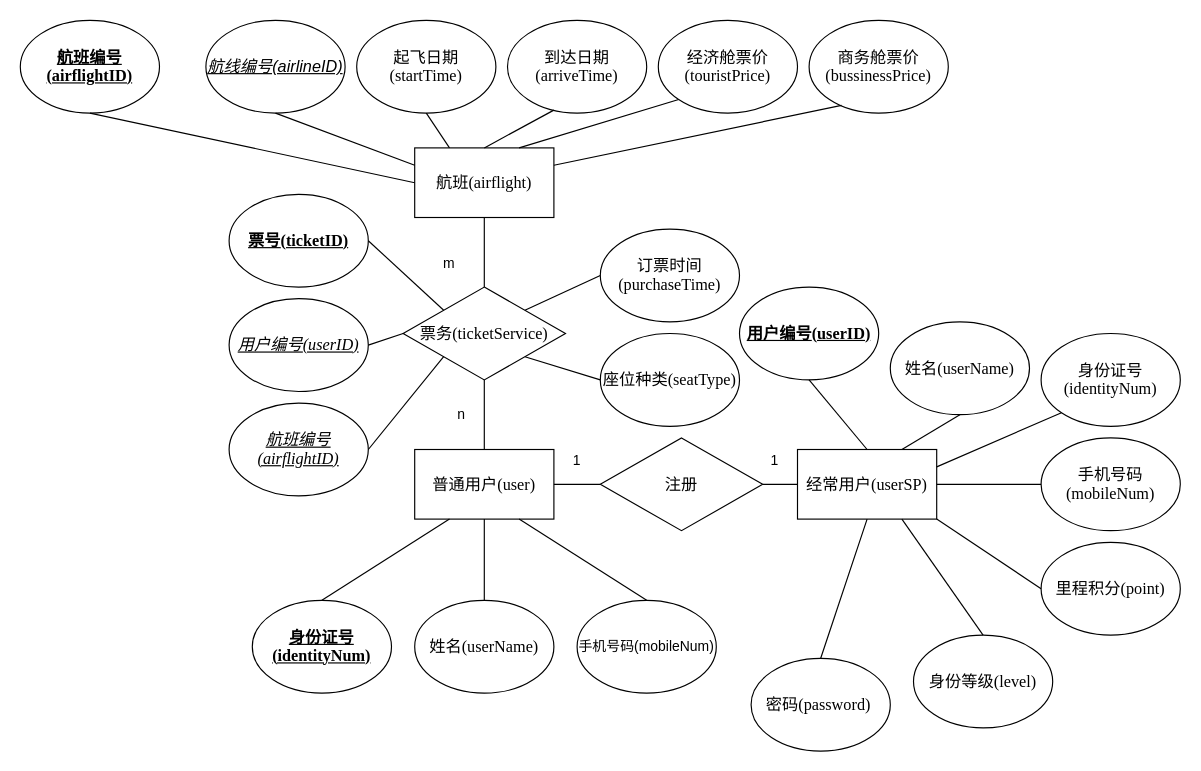
Dowlerrr/Dowlerrr.github.io keeps this draw.io diagram as page "Page-1" (1 of 2) of airflightsystem Diagram.drawio. Above is the earlier version. Source tidied: cells renumbered, new cells numbered last; positions are measured from the earlier drawing's top-left corner, leaving out a move shared by most shapes. Both pictures are drawn from the tidied source at 116%, with x=0, y=0 at pixel (20, 20).
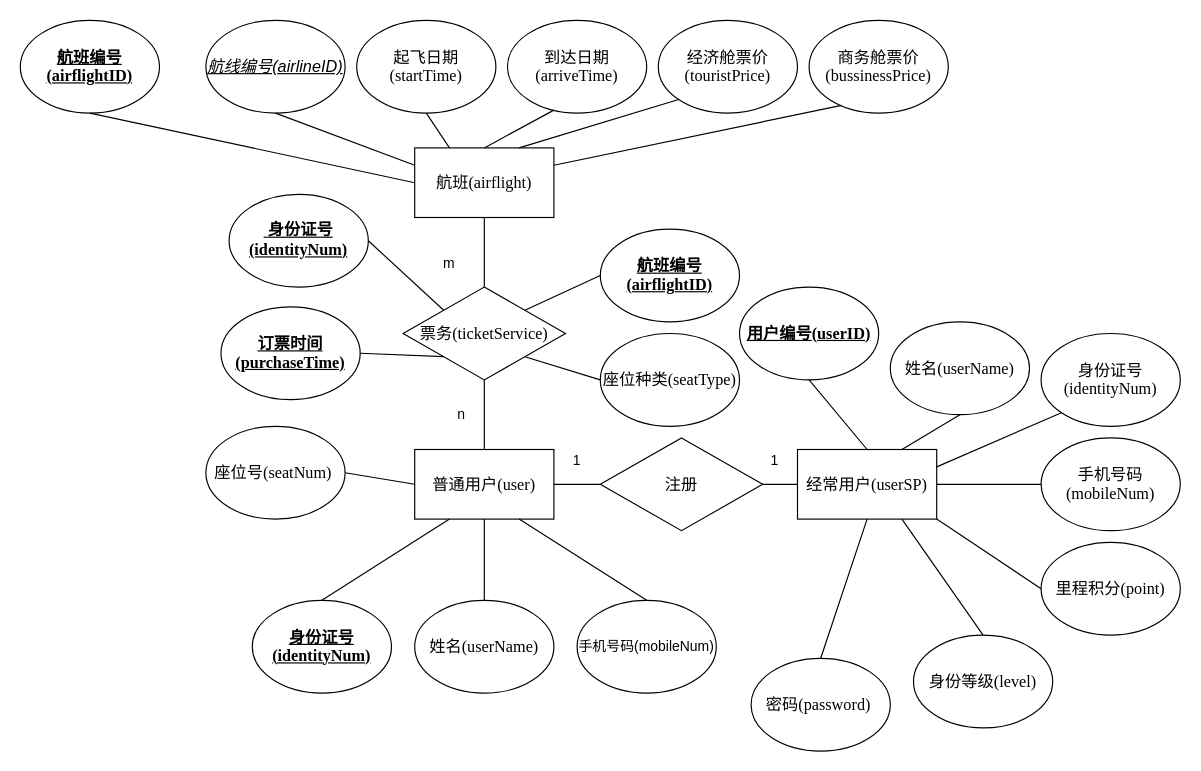
The same diagram, later.

The change refers to these unchanged cells:
```xml
<mxCell id="3" value="&lt;span style=&quot;font-size: 10.5pt&quot;&gt;普通用户&lt;/span&gt;&lt;span lang=&quot;EN-US&quot; style=&quot;font-size: 10.5pt ; font-family: &amp;#34;times new roman&amp;#34; , serif&quot;&gt;(user)&lt;/span&gt;" style="rounded=0;whiteSpace=wrap;html=1;" parent="1" vertex="1">
  <mxGeometry x="340" y="370" width="120" height="60" as="geometry" />
</mxCell>
<mxCell id="5" value="&lt;span style=&quot;font-size: 10.5pt&quot;&gt;票务&lt;/span&gt;&lt;span lang=&quot;EN-US&quot; style=&quot;font-size: 10.5pt ; font-family: &amp;#34;times new roman&amp;#34; , serif&quot;&gt;(ticketService)&lt;/span&gt;" style="rhombus;whiteSpace=wrap;html=1;" parent="1" vertex="1">
  <mxGeometry x="330" y="230" width="140" height="80" as="geometry" />
</mxCell>
```

Change to the diagram source:
```diff
@@
-    <mxCell id="27" value="&lt;b&gt;&lt;u&gt;&lt;span style=&quot;font-size: 10.5pt&quot;&gt;票号&lt;/span&gt;&lt;span lang=&quot;EN-US&quot; style=&quot;font-size: 10.5pt ; font-family: &amp;#34;times new roman&amp;#34; , serif&quot;&gt;(ticketID)&lt;/span&gt;&lt;/u&gt;&lt;/b&gt;" style="ellipse;whiteSpace=wrap;html=1;" parent="1" vertex="1">
+    <mxCell id="27" value="&lt;b&gt;&lt;u&gt;&lt;span style=&quot;font-size: 10.5pt ; font-family: &amp;#34;times new roman&amp;#34; , serif&quot;&gt;&amp;nbsp;&lt;/span&gt;&lt;span style=&quot;font-size: 10.5pt&quot;&gt;身份证号&lt;/span&gt;&lt;span lang=&quot;EN-US&quot; style=&quot;font-size: 10.5pt ; font-family: &amp;#34;times new roman&amp;#34; , serif&quot;&gt;(identityNum)&lt;/span&gt;&lt;/u&gt;&lt;/b&gt;" style="ellipse;whiteSpace=wrap;html=1;" parent="1" vertex="1">
       <mxGeometry x="180" y="150" width="120" height="80" as="geometry" />
     </mxCell>
-    <mxCell id="28" value="&lt;i&gt;&lt;u&gt;&lt;span style=&quot;font-size: 10.5pt&quot;&gt;用户编号&lt;/span&gt;&lt;span lang=&quot;EN-US&quot; style=&quot;font-size: 10.5pt ; font-family: &amp;#34;times new roman&amp;#34; , serif&quot;&gt;(userID)&lt;/span&gt;&lt;/u&gt;&lt;/i&gt;" style="ellipse;whiteSpace=wrap;html=1;" parent="1" vertex="1">
-      <mxGeometry x="180" y="240" width="120" height="80" as="geometry" />
-    </mxCell>
-    <mxCell id="29" value="&lt;i&gt;&lt;u&gt;&lt;span style=&quot;font-size: 10.5pt&quot;&gt;航班编号&lt;/span&gt;&lt;span lang=&quot;EN-US&quot; style=&quot;font-size: 10.5pt ; font-family: &amp;#34;times new roman&amp;#34; , serif&quot;&gt;(airflightID)&lt;/span&gt;&lt;/u&gt;&lt;/i&gt;" style="ellipse;whiteSpace=wrap;html=1;" parent="1" vertex="1">
-      <mxGeometry x="180" y="330" width="120" height="80" as="geometry" />
+    <mxCell id="29" value="&lt;b&gt;&lt;u&gt;&lt;span style=&quot;font-size: 10.5pt&quot;&gt;订票时间&lt;/span&gt;&lt;span lang=&quot;EN-US&quot; style=&quot;font-size: 10.5pt ; font-family: &amp;#34;times new roman&amp;#34; , serif&quot;&gt;(purchaseTime)&lt;/span&gt;&lt;/u&gt;&lt;/b&gt;" style="ellipse;whiteSpace=wrap;html=1;" parent="1" vertex="1">
+      <mxGeometry x="173" y="247" width="120" height="80" as="geometry" />
     </mxCell>
-    <mxCell id="30" value="&lt;span style=&quot;font-size: 10.5pt&quot;&gt;订票时间&lt;/span&gt;&lt;span lang=&quot;EN-US&quot; style=&quot;font-size: 10.5pt ; font-family: &amp;#34;times new roman&amp;#34; , serif&quot;&gt;(purchaseTime)&lt;/span&gt;" style="ellipse;whiteSpace=wrap;html=1;" parent="1" vertex="1">
+    <mxCell id="30" value="&lt;b&gt;&lt;u&gt;&lt;span style=&quot;font-size: 10.5pt&quot;&gt;航班编号&lt;/span&gt;&lt;span lang=&quot;EN-US&quot; style=&quot;font-size: 10.5pt ; font-family: &amp;#34;times new roman&amp;#34; , serif&quot;&gt;(airflightID)&lt;/span&gt;&lt;/u&gt;&lt;/b&gt;" style="ellipse;whiteSpace=wrap;html=1;" parent="1" vertex="1">
       <mxGeometry x="500" y="180" width="120" height="80" as="geometry" />
     </mxCell>
@@
-    <mxCell id="33" style="endArrow=none;html=1;exitX=1;exitY=0.5;exitDx=0;exitDy=0;entryX=0;entryY=0.5;entryDx=0;entryDy=0;" parent="1" edge="1" source="28" target="5">
-      <mxGeometry relative="1" as="geometry" />
-    </mxCell>
@@
+    <mxCell id="57" value="&lt;span style=&quot;font-size: 10.5pt&quot;&gt;座位号&lt;/span&gt;&lt;span lang=&quot;EN-US&quot; style=&quot;font-size: 10.5pt ; font-family: &amp;#34;times new roman&amp;#34; , serif&quot;&gt;(seatNum)&amp;nbsp;&lt;/span&gt;" style="ellipse;whiteSpace=wrap;html=1;" parent="1" vertex="1">
+      <mxGeometry x="160" y="350" width="120" height="80" as="geometry" />
+    </mxCell>
+    <mxCell id="58" style="endArrow=none;html=1;strokeColor=#000000;exitX=1;exitY=0.5;exitDx=0;exitDy=0;entryX=0;entryY=0.5;entryDx=0;entryDy=0;" parent="1" edge="1" source="57" target="3">
+      <mxGeometry relative="1" as="geometry" />
+    </mxCell>
```
